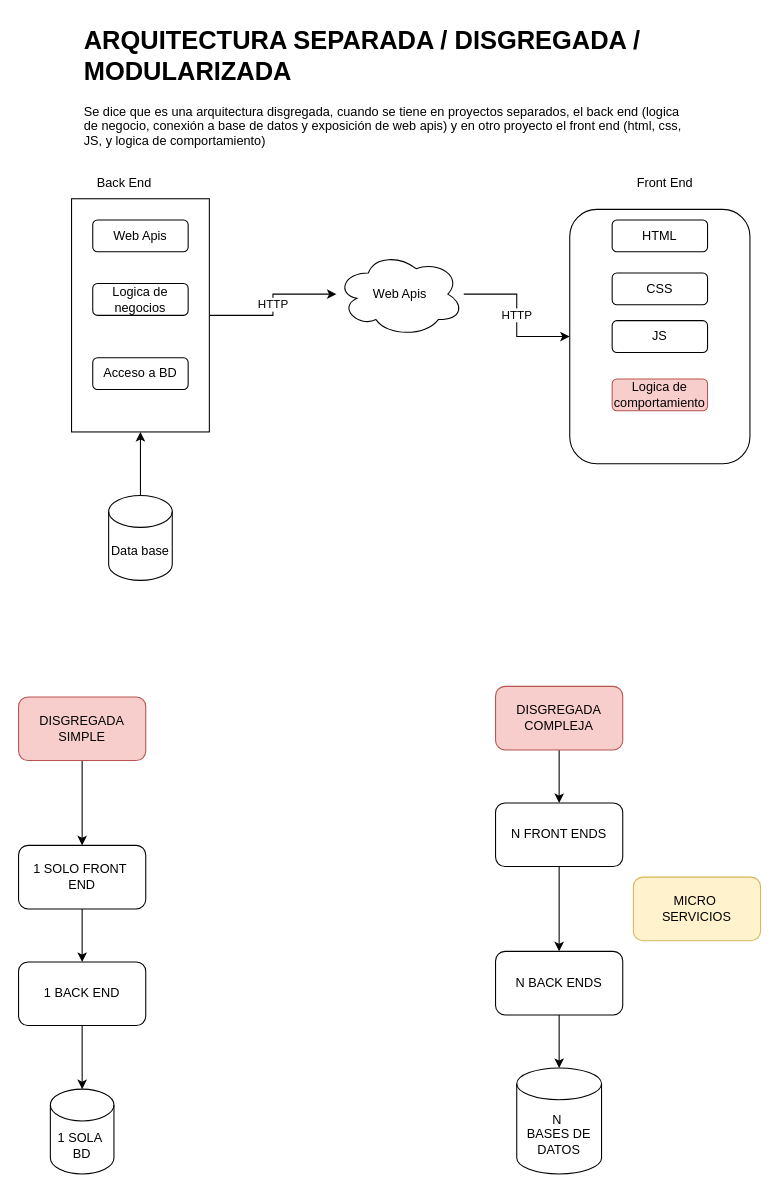
Above: page "Estructura - Disgregada" (3 of 10) of Des_App_web_sa03an1.drawio in fhuamanIContinental/2026_S03AN1_Ing_Web (draw.io), before the change. Source tidied: cells renumbered, new cells numbered last; positions are measured from the earlier drawing's top-left corner, leaving out a move shared by most shapes. Both pictures are drawn from the tidied source at 106%, with x=0, y=0 at pixel (18, 18).
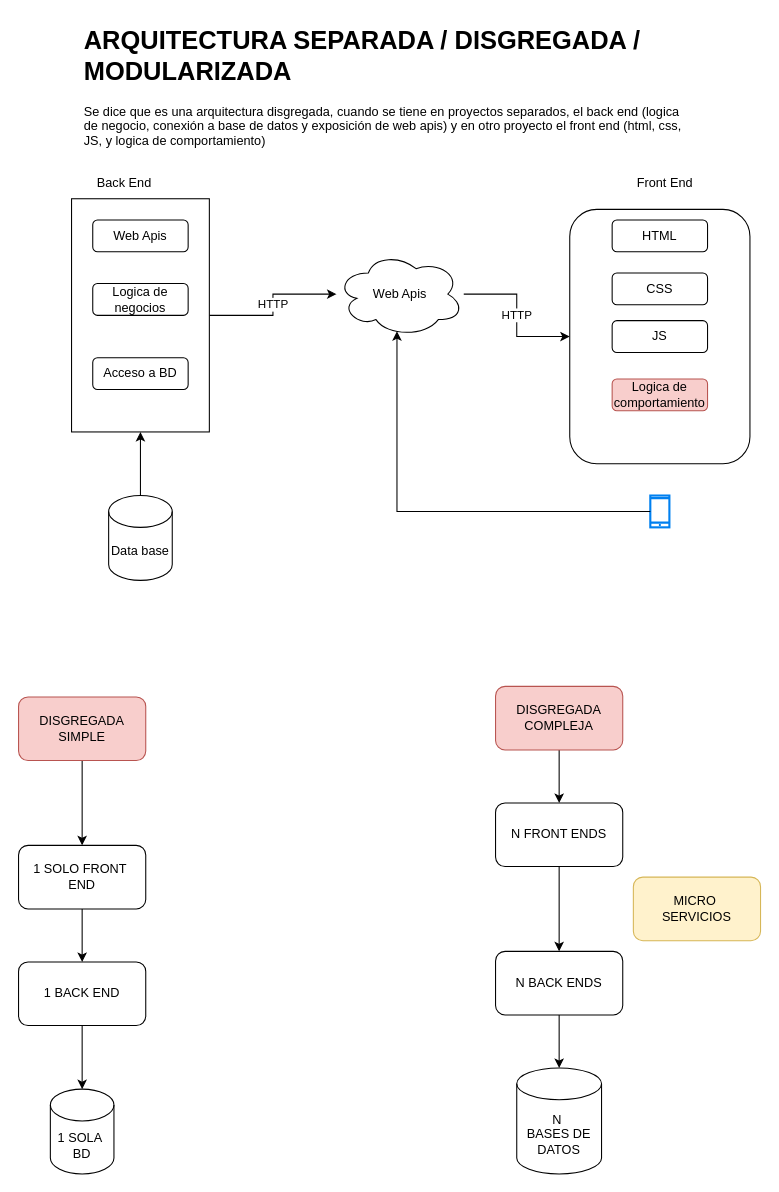
The same diagram, later.

Unchanged cells that the change refers to:
```xml
<mxCell id="9" value="Web Apis" style="ellipse;shape=cloud;whiteSpace=wrap;html=1;" parent="1" vertex="1">
  <mxGeometry x="300" y="220" width="120" height="80" as="geometry" />
</mxCell>
```

Diff of the diagram source:
```diff
@@
+    <mxCell id="34" style="html=1;verticalLabelPosition=bottom;align=center;labelBackgroundColor=#ffffff;verticalAlign=top;strokeWidth=2;strokeColor=#0080F0;shadow=0;dashed=0;shape=mxgraph.ios7.icons.smartphone;" parent="1" vertex="1">
+      <mxGeometry x="596" y="450" width="18" height="30" as="geometry" />
+    </mxCell>
+    <mxCell id="35" style="edgeStyle=orthogonalEdgeStyle;rounded=0;jettySize=auto;html=1;entryX=0.475;entryY=0.938;entryDx=0;entryDy=0;entryPerimeter=0;" parent="1" edge="1" source="34" target="9">
+      <mxGeometry relative="1" as="geometry" />
+    </mxCell>
```
